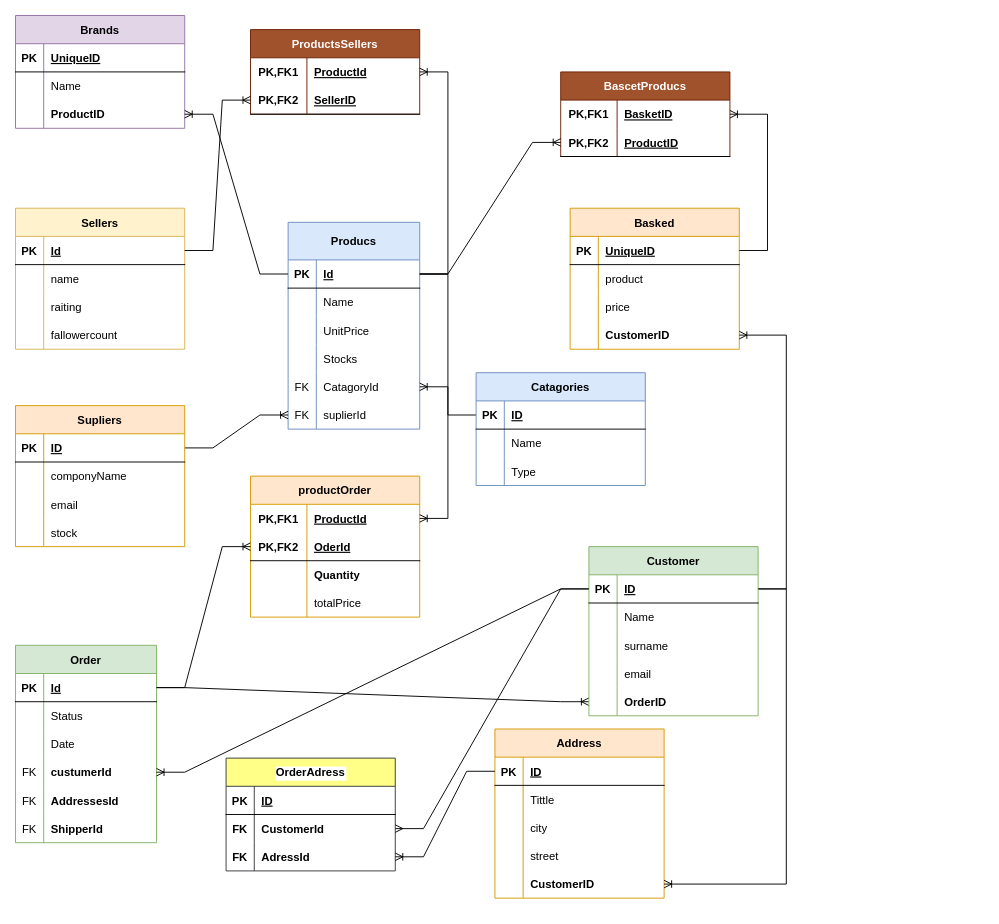
The draw.io diagram Python/Untitled Diagram.drawio in GulAcar/EtiyaAkademi, before the edit. Source tidied: cells renumbered, new cells numbered last; positions are measured from the earlier drawing's top-left corner, leaving out a move shared by most shapes. Both pictures are drawn from the tidied source at 94%, with x=0, y=0 at pixel (15, 15).
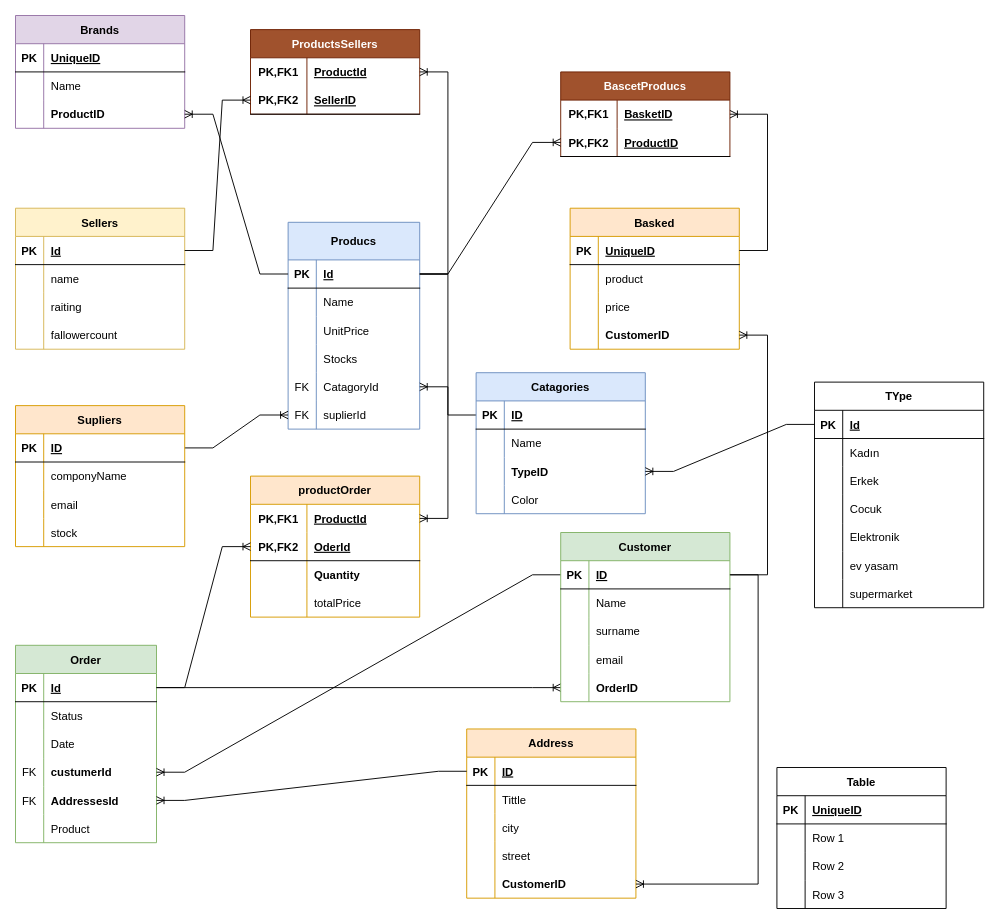
Above is the later version.

The change refers to these unchanged cells:
```xml
<mxCell id="34" style="shape=tableRow;horizontal=0;startSize=0;swimlaneHead=0;swimlaneBody=0;fillColor=none;points=[[0,0.5],[1,0.5]];portConstraint=eastwest;top=0;left=0;right=0;bottom=0;" parent="21" vertex="1">
  <mxGeometry y="150" width="150" height="30" as="geometry" />
</mxCell>
<mxCell id="37" style="shape=tableRow;horizontal=0;startSize=0;swimlaneHead=0;swimlaneBody=0;fillColor=none;top=0;left=0;right=0;bottom=0;" parent="21" vertex="1">
  <mxGeometry y="180" width="150" height="30" as="geometry" />
</mxCell>
<mxCell id="48" style="shape=tableRow;horizontal=0;startSize=0;swimlaneHead=0;swimlaneBody=0;fillColor=none;points=[[0,0.5],[1,0.5]];portConstraint=eastwest;top=0;left=0;right=0;bottom=1;" parent="47" vertex="1">
  <mxGeometry y="30" width="180" height="30" as="geometry" />
</mxCell>
<mxCell id="129" style="shape=tableRow;horizontal=0;startSize=0;swimlaneHead=0;swimlaneBody=0;fillColor=none;points=[[0,0.5],[1,0.5]];portConstraint=eastwest;top=0;left=0;right=0;bottom=1;" parent="128" vertex="1">
  <mxGeometry y="30" width="180" height="30" as="geometry" />
</mxCell>
<mxCell id="164" style="shape=tableRow;horizontal=0;startSize=0;swimlaneHead=0;swimlaneBody=0;fillColor=none;points=[[0,0.5],[1,0.5]];portConstraint=eastwest;top=0;left=0;right=0;bottom=0;" parent="157" vertex="1">
  <mxGeometry y="90" width="180" height="30" as="geometry" />
</mxCell>
```

Change to the diagram source:
```diff
@@
-    <mxCell id="38" value="FK" style="shape=partialRectangle;fillColor=none;top=0;left=0;bottom=0;right=0;overflow=hidden;" parent="37" vertex="1">
+    <mxCell id="38" style="shape=partialRectangle;fillColor=none;top=0;left=0;bottom=0;right=0;overflow=hidden;" parent="37" vertex="1">
       <mxGeometry width="30" height="30" as="geometry" />
     </mxCell>
-    <mxCell id="39" value="ShipperId" style="shape=partialRectangle;fillColor=none;top=0;left=0;bottom=0;right=0;align=left;spacingLeft=6;overflow=hidden;fontStyle=1;" parent="37" vertex="1">
+    <mxCell id="39" value="Product" style="shape=partialRectangle;fillColor=none;top=0;left=0;bottom=0;right=0;align=left;spacingLeft=6;overflow=hidden;fontStyle=0;" parent="37" vertex="1">
       <mxGeometry x="30" width="120" height="30" as="geometry" />
     </mxCell>
@@
     <mxCell id="47" value="Address" style="shape=table;startSize=30;childLayout=tableLayout;rowLines=0;fontStyle=1;align=center;fillColor=#ffe6cc;strokeColor=#d79b00;" parent="1" vertex="1">
-      <mxGeometry x="510" y="759" width="180" height="180" as="geometry" />
+      <mxGeometry x="480" y="759" width="180" height="180" as="geometry" />
     </mxCell>
@@
     <mxCell id="128" value="Customer" style="shape=table;startSize=30;childLayout=tableLayout;rowLines=0;fontStyle=1;align=center;fillColor=#d5e8d4;strokeColor=#82b366;" parent="1" vertex="1">
-      <mxGeometry x="610" y="565" width="180" height="180" as="geometry" />
+      <mxGeometry x="580" y="550" width="180" height="180" as="geometry" />
     </mxCell>
@@
     <mxCell id="157" value="Catagories" style="shape=table;startSize=30;childLayout=tableLayout;rowLines=0;fontStyle=1;align=center;fillColor=#dae8fc;strokeColor=#6c8ebf;" parent="1" vertex="1">
-      <mxGeometry x="490" y="380" width="180" height="120" as="geometry" />
+      <mxGeometry x="490" y="380" width="180" height="150" as="geometry" />
     </mxCell>
@@
-    <mxCell id="166" value="Type" style="shape=partialRectangle;fillColor=none;top=0;left=0;bottom=0;right=0;align=left;spacingLeft=6;overflow=hidden;" parent="164" vertex="1">
+    <mxCell id="166" value="TypeID" style="shape=partialRectangle;fillColor=none;top=0;left=0;bottom=0;right=0;align=left;spacingLeft=6;overflow=hidden;fontStyle=1;" parent="164" vertex="1">
       <mxGeometry x="30" width="150" height="30" as="geometry" />
     </mxCell>
+    <mxCell id="184" style="shape=tableRow;horizontal=0;startSize=0;swimlaneHead=0;swimlaneBody=0;fillColor=none;top=0;left=0;right=0;bottom=0;" parent="157" vertex="1">
+      <mxGeometry y="120" width="180" height="30" as="geometry" />
+    </mxCell>
+    <mxCell id="185" style="shape=partialRectangle;fillColor=none;top=0;left=0;bottom=0;right=0;overflow=hidden;" parent="184" vertex="1">
+      <mxGeometry width="30" height="30" as="geometry" />
+    </mxCell>
+    <mxCell id="186" value="Color" style="shape=partialRectangle;fillColor=none;top=0;left=0;bottom=0;right=0;align=left;spacingLeft=6;overflow=hidden;" parent="184" vertex="1">
+      <mxGeometry x="30" width="150" height="30" as="geometry" />
+    </mxCell>
@@
-    <mxCell id="172" value="OrderAdress" style="shape=table;startSize=30;childLayout=tableLayout;rowLines=0;fontStyle=1;align=center;labelBackgroundColor=#FFFFFF;fillColor=#ffff88;strokeColor=#36393d;" parent="1" vertex="1">
-      <mxGeometry x="224" y="790" width="180" height="120" as="geometry" />
-    </mxCell>
-    <mxCell id="173" style="shape=tableRow;horizontal=0;startSize=0;swimlaneHead=0;swimlaneBody=0;fillColor=none;top=0;left=0;right=0;bottom=1;" parent="172" vertex="1">
-      <mxGeometry y="30" width="180" height="30" as="geometry" />
-    </mxCell>
-    <mxCell id="174" value="PK" style="shape=partialRectangle;fillColor=none;top=0;left=0;bottom=0;right=0;fontStyle=1;overflow=hidden;" parent="173" vertex="1">
-      <mxGeometry width="30" height="30" as="geometry" />
-    </mxCell>
-    <mxCell id="175" value="ID" style="shape=partialRectangle;fillColor=none;top=0;left=0;bottom=0;right=0;align=left;spacingLeft=6;fontStyle=5;overflow=hidden;" parent="173" vertex="1">
-      <mxGeometry x="30" width="150" height="30" as="geometry" />
-    </mxCell>
-    <mxCell id="176" style="shape=tableRow;horizontal=0;startSize=0;swimlaneHead=0;swimlaneBody=0;fillColor=none;points=[[0,0.5],[1,0.5]];portConstraint=eastwest;top=0;left=0;right=0;bottom=0;" parent="172" vertex="1">
-      <mxGeometry y="60" width="180" height="30" as="geometry" />
-    </mxCell>
-    <mxCell id="177" value="FK" style="shape=partialRectangle;fillColor=none;top=0;left=0;bottom=0;right=0;overflow=hidden;fontStyle=1;" parent="176" vertex="1">
-      <mxGeometry width="30" height="30" as="geometry" />
-    </mxCell>
-    <mxCell id="178" value="CustomerId" style="shape=partialRectangle;fillColor=none;top=0;left=0;bottom=0;right=0;align=left;spacingLeft=6;overflow=hidden;fontStyle=1;" parent="176" vertex="1">
-      <mxGeometry x="30" width="150" height="30" as="geometry" />
-    </mxCell>
-    <mxCell id="179" style="shape=tableRow;horizontal=0;startSize=0;swimlaneHead=0;swimlaneBody=0;fillColor=none;points=[[0,0.5],[1,0.5]];portConstraint=eastwest;top=0;left=0;right=0;bottom=0;" parent="172" vertex="1">
-      <mxGeometry y="90" width="180" height="30" as="geometry" />
-    </mxCell>
-    <mxCell id="180" value="FK" style="shape=partialRectangle;fillColor=none;top=0;left=0;bottom=0;right=0;overflow=hidden;fontStyle=1;" parent="179" vertex="1">
-      <mxGeometry width="30" height="30" as="geometry" />
-    </mxCell>
-    <mxCell id="181" value="AdressId" style="shape=partialRectangle;fillColor=none;top=0;left=0;bottom=0;right=0;align=left;spacingLeft=6;overflow=hidden;fontStyle=1;" parent="179" vertex="1">
-      <mxGeometry x="30" width="150" height="30" as="geometry" />
-    </mxCell>
-    <mxCell id="182" style="edgeStyle=entityRelationEdgeStyle;fontSize=12;html=1;endArrow=ERoneToMany;rounded=0;" parent="1" edge="1" source="48" target="179">
-      <mxGeometry relative="1" as="geometry" />
-    </mxCell>
-    <mxCell id="183" style="edgeStyle=entityRelationEdgeStyle;fontSize=12;html=1;endArrow=ERmany;rounded=0;exitX=0;exitY=0.5;exitDx=0;exitDy=0;" parent="1" edge="1" source="129" target="176">
-      <mxGeometry relative="1" as="geometry" />
-    </mxCell>
+    <mxCell id="187" style="edgeStyle=entityRelationEdgeStyle;fontSize=12;html=1;endArrow=ERoneToMany;rounded=0;entryX=1;entryY=0.5;entryDx=0;entryDy=0;exitX=0;exitY=0.5;exitDx=0;exitDy=0;" parent="1" edge="1" source="48" target="34">
+      <mxGeometry relative="1" as="geometry" />
+    </mxCell>
+    <mxCell id="188" value="TYpe" style="shape=table;startSize=30;childLayout=tableLayout;rowLines=0;fontStyle=1;align=center;" parent="1" vertex="1">
+      <mxGeometry x="850" y="390" width="180" height="240" as="geometry" />
+    </mxCell>
+    <mxCell id="189" style="shape=tableRow;horizontal=0;startSize=0;swimlaneHead=0;swimlaneBody=0;fillColor=none;points=[[0,0.5],[1,0.5]];portConstraint=eastwest;top=0;left=0;right=0;bottom=1;" parent="188" vertex="1">
+      <mxGeometry y="30" width="180" height="30" as="geometry" />
+    </mxCell>
+    <mxCell id="190" value="PK" style="shape=partialRectangle;fillColor=none;top=0;left=0;bottom=0;right=0;fontStyle=1;overflow=hidden;" parent="189" vertex="1">
+      <mxGeometry width="30" height="30" as="geometry" />
+    </mxCell>
+    <mxCell id="191" value="Id" style="shape=partialRectangle;fillColor=none;top=0;left=0;bottom=0;right=0;align=left;spacingLeft=6;fontStyle=5;overflow=hidden;" parent="189" vertex="1">
+      <mxGeometry x="30" width="150" height="30" as="geometry" />
+    </mxCell>
+    <mxCell id="192" style="shape=tableRow;horizontal=0;startSize=0;swimlaneHead=0;swimlaneBody=0;fillColor=none;top=0;left=0;right=0;bottom=0;" parent="188" vertex="1">
+      <mxGeometry y="60" width="180" height="30" as="geometry" />
+    </mxCell>
+    <mxCell id="193" style="shape=partialRectangle;fillColor=none;top=0;left=0;bottom=0;right=0;overflow=hidden;" parent="192" vertex="1">
+      <mxGeometry width="30" height="30" as="geometry" />
+    </mxCell>
+    <mxCell id="194" value="Kadın" style="shape=partialRectangle;fillColor=none;top=0;left=0;bottom=0;right=0;align=left;spacingLeft=6;overflow=hidden;" parent="192" vertex="1">
+      <mxGeometry x="30" width="150" height="30" as="geometry" />
+    </mxCell>
+    <mxCell id="195" style="shape=tableRow;horizontal=0;startSize=0;swimlaneHead=0;swimlaneBody=0;fillColor=none;top=0;left=0;right=0;bottom=0;" parent="188" vertex="1">
+      <mxGeometry y="90" width="180" height="30" as="geometry" />
+    </mxCell>
+    <mxCell id="196" style="shape=partialRectangle;fillColor=none;top=0;left=0;bottom=0;right=0;overflow=hidden;" parent="195" vertex="1">
+      <mxGeometry width="30" height="30" as="geometry" />
+    </mxCell>
+    <mxCell id="197" value="Erkek" style="shape=partialRectangle;fillColor=none;top=0;left=0;bottom=0;right=0;align=left;spacingLeft=6;overflow=hidden;" parent="195" vertex="1">
+      <mxGeometry x="30" width="150" height="30" as="geometry" />
+    </mxCell>
+    <mxCell id="198" style="shape=tableRow;horizontal=0;startSize=0;swimlaneHead=0;swimlaneBody=0;fillColor=none;top=0;left=0;right=0;bottom=0;" parent="188" vertex="1">
+      <mxGeometry y="120" width="180" height="30" as="geometry" />
+    </mxCell>
+    <mxCell id="199" style="shape=partialRectangle;fillColor=none;top=0;left=0;bottom=0;right=0;overflow=hidden;" parent="198" vertex="1">
+      <mxGeometry width="30" height="30" as="geometry" />
+    </mxCell>
+    <mxCell id="200" value="Cocuk" style="shape=partialRectangle;fillColor=none;top=0;left=0;bottom=0;right=0;align=left;spacingLeft=6;overflow=hidden;" parent="198" vertex="1">
+      <mxGeometry x="30" width="150" height="30" as="geometry" />
+    </mxCell>
+    <mxCell id="201" style="shape=tableRow;horizontal=0;startSize=0;swimlaneHead=0;swimlaneBody=0;fillColor=none;top=0;left=0;right=0;bottom=0;" parent="188" vertex="1">
+      <mxGeometry y="150" width="180" height="30" as="geometry" />
+    </mxCell>
+    <mxCell id="202" style="shape=partialRectangle;fillColor=none;top=0;left=0;bottom=0;right=0;overflow=hidden;" parent="201" vertex="1">
+      <mxGeometry width="30" height="30" as="geometry" />
+    </mxCell>
+    <mxCell id="203" value="Elektronik" style="shape=partialRectangle;fillColor=none;top=0;left=0;bottom=0;right=0;align=left;spacingLeft=6;overflow=hidden;" parent="201" vertex="1">
+      <mxGeometry x="30" width="150" height="30" as="geometry" />
+    </mxCell>
+    <mxCell id="204" style="shape=tableRow;horizontal=0;startSize=0;swimlaneHead=0;swimlaneBody=0;fillColor=none;top=0;left=0;right=0;bottom=0;" parent="188" vertex="1">
+      <mxGeometry y="180" width="180" height="30" as="geometry" />
+    </mxCell>
+    <mxCell id="205" style="shape=partialRectangle;fillColor=none;top=0;left=0;bottom=0;right=0;overflow=hidden;" parent="204" vertex="1">
+      <mxGeometry width="30" height="30" as="geometry" />
+    </mxCell>
+    <mxCell id="206" value="ev yasam" style="shape=partialRectangle;fillColor=none;top=0;left=0;bottom=0;right=0;align=left;spacingLeft=6;overflow=hidden;" parent="204" vertex="1">
+      <mxGeometry x="30" width="150" height="30" as="geometry" />
+    </mxCell>
+    <mxCell id="207" style="shape=tableRow;horizontal=0;startSize=0;swimlaneHead=0;swimlaneBody=0;fillColor=none;top=0;left=0;right=0;bottom=0;" parent="188" vertex="1">
+      <mxGeometry y="210" width="180" height="30" as="geometry" />
+    </mxCell>
+    <mxCell id="208" style="shape=partialRectangle;fillColor=none;top=0;left=0;bottom=0;right=0;overflow=hidden;" parent="207" vertex="1">
+      <mxGeometry width="30" height="30" as="geometry" />
+    </mxCell>
+    <mxCell id="209" value="supermarket" style="shape=partialRectangle;fillColor=none;top=0;left=0;bottom=0;right=0;align=left;spacingLeft=6;overflow=hidden;" parent="207" vertex="1">
+      <mxGeometry x="30" width="150" height="30" as="geometry" />
+    </mxCell>
+    <mxCell id="210" value="Table" style="shape=table;startSize=30;childLayout=tableLayout;rowLines=0;fontStyle=1;align=center;" parent="1" vertex="1">
+      <mxGeometry x="810" y="800" width="180" height="150" as="geometry" />
+    </mxCell>
+    <mxCell id="211" style="shape=tableRow;horizontal=0;startSize=0;swimlaneHead=0;swimlaneBody=0;fillColor=none;top=0;left=0;right=0;bottom=1;" parent="210" vertex="1">
+      <mxGeometry y="30" width="180" height="30" as="geometry" />
+    </mxCell>
+    <mxCell id="212" value="PK" style="shape=partialRectangle;fillColor=none;top=0;left=0;bottom=0;right=0;fontStyle=1;overflow=hidden;" parent="211" vertex="1">
+      <mxGeometry width="30" height="30" as="geometry" />
+    </mxCell>
+    <mxCell id="213" value="UniqueID" style="shape=partialRectangle;fillColor=none;top=0;left=0;bottom=0;right=0;align=left;spacingLeft=6;fontStyle=5;overflow=hidden;" parent="211" vertex="1">
+      <mxGeometry x="30" width="150" height="30" as="geometry" />
+    </mxCell>
+    <mxCell id="214" style="shape=tableRow;horizontal=0;startSize=0;swimlaneHead=0;swimlaneBody=0;fillColor=none;top=0;left=0;right=0;bottom=0;" parent="210" vertex="1">
+      <mxGeometry y="60" width="180" height="30" as="geometry" />
+    </mxCell>
+    <mxCell id="215" style="shape=partialRectangle;fillColor=none;top=0;left=0;bottom=0;right=0;overflow=hidden;" parent="214" vertex="1">
+      <mxGeometry width="30" height="30" as="geometry" />
+    </mxCell>
+    <mxCell id="216" value="Row 1" style="shape=partialRectangle;fillColor=none;top=0;left=0;bottom=0;right=0;align=left;spacingLeft=6;overflow=hidden;" parent="214" vertex="1">
+      <mxGeometry x="30" width="150" height="30" as="geometry" />
+    </mxCell>
+    <mxCell id="217" style="shape=tableRow;horizontal=0;startSize=0;swimlaneHead=0;swimlaneBody=0;fillColor=none;top=0;left=0;right=0;bottom=0;" parent="210" vertex="1">
+      <mxGeometry y="90" width="180" height="30" as="geometry" />
+    </mxCell>
+    <mxCell id="218" style="shape=partialRectangle;fillColor=none;top=0;left=0;bottom=0;right=0;overflow=hidden;" parent="217" vertex="1">
+      <mxGeometry width="30" height="30" as="geometry" />
+    </mxCell>
+    <mxCell id="219" value="Row 2" style="shape=partialRectangle;fillColor=none;top=0;left=0;bottom=0;right=0;align=left;spacingLeft=6;overflow=hidden;" parent="217" vertex="1">
+      <mxGeometry x="30" width="150" height="30" as="geometry" />
+    </mxCell>
+    <mxCell id="220" style="shape=tableRow;horizontal=0;startSize=0;swimlaneHead=0;swimlaneBody=0;fillColor=none;top=0;left=0;right=0;bottom=0;" parent="210" vertex="1">
+      <mxGeometry y="120" width="180" height="30" as="geometry" />
+    </mxCell>
+    <mxCell id="221" style="shape=partialRectangle;fillColor=none;top=0;left=0;bottom=0;right=0;overflow=hidden;" parent="220" vertex="1">
+      <mxGeometry width="30" height="30" as="geometry" />
+    </mxCell>
+    <mxCell id="222" value="Row 3" style="shape=partialRectangle;fillColor=none;top=0;left=0;bottom=0;right=0;align=left;spacingLeft=6;overflow=hidden;" parent="220" vertex="1">
+      <mxGeometry x="30" width="150" height="30" as="geometry" />
+    </mxCell>
+    <mxCell id="223" style="edgeStyle=entityRelationEdgeStyle;fontSize=12;html=1;endArrow=ERoneToMany;rounded=0;exitX=0;exitY=0.5;exitDx=0;exitDy=0;" parent="1" edge="1" source="189" target="164">
+      <mxGeometry relative="1" as="geometry" />
+    </mxCell>
```
